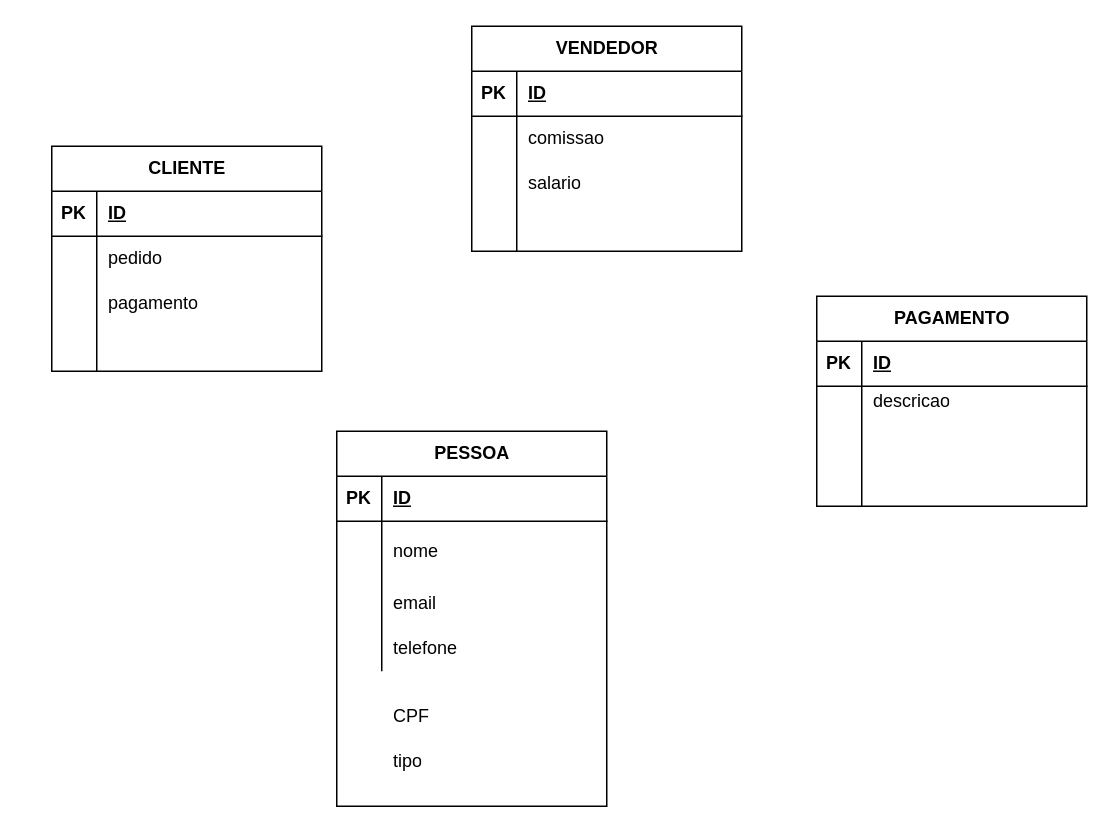
Earlier version of the draw.io diagram api-cadastro/docs/cadastro.drawio (nathaliaCandioto/AulasSpringBoot). Source tidied: cells renumbered, new cells numbered last; positions are measured from the earlier drawing's top-left corner, leaving out a move shared by most shapes. Both pictures are drawn from the tidied source at 150%, with x=0, y=0 at pixel (51, 26).
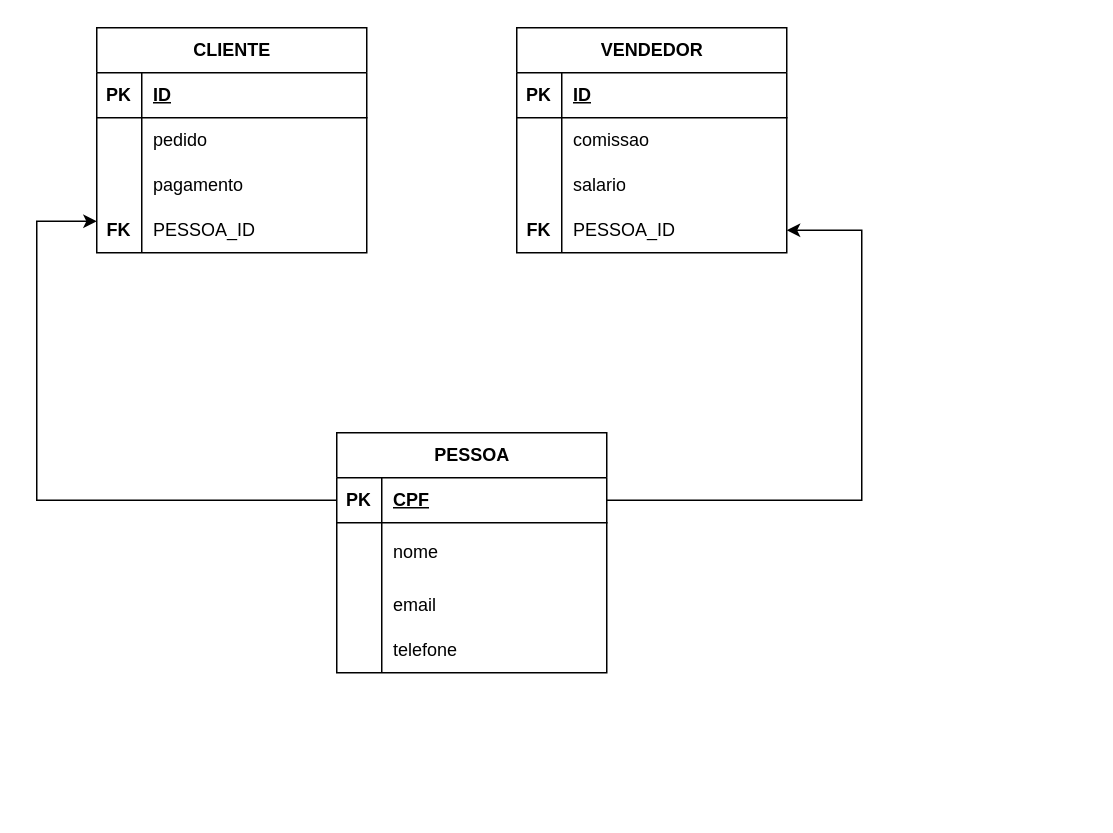
The same page after the edit.

Commit message:
atualização diagrama

Unchanged cells that the change refers to:
```xml
<mxCell id="12" style="shape=tableRow;horizontal=0;startSize=0;swimlaneHead=0;swimlaneBody=0;fillColor=none;points=[[0,0.5],[1,0.5]];portConstraint=eastwest;top=0;left=0;right=0;bottom=0;" parent="2" vertex="1">
  <mxGeometry y="120" width="180" height="30" as="geometry" />
</mxCell>
<mxCell id="25" style="shape=tableRow;horizontal=0;startSize=0;swimlaneHead=0;swimlaneBody=0;fillColor=none;points=[[0,0.5],[1,0.5]];portConstraint=eastwest;top=0;left=0;right=0;bottom=0;" parent="15" vertex="1">
  <mxGeometry y="120" width="180" height="30" as="geometry" />
</mxCell>
<mxCell id="29" style="shape=tableRow;horizontal=0;startSize=0;swimlaneHead=0;swimlaneBody=0;fillColor=none;points=[[0,0.5],[1,0.5]];portConstraint=eastwest;top=0;left=0;right=0;bottom=1;" parent="28" vertex="1">
  <mxGeometry y="30" width="180" height="30" as="geometry" />
</mxCell>
```

Change to the diagram source:
```diff
@@
     <mxCell id="2" value="CLIENTE" style="shape=table;startSize=30;childLayout=tableLayout;rowLines=0;fontStyle=1;align=center;html=1;" parent="1" vertex="1">
-      <mxGeometry y="80" width="180" height="150" as="geometry" />
+      <mxGeometry x="30" y="1" width="180" height="150" as="geometry" />
     </mxCell>
@@
-    <mxCell id="13" style="shape=partialRectangle;fillColor=none;top=0;left=0;bottom=0;right=0;overflow=hidden;whiteSpace=wrap;html=1;" parent="12" vertex="1">
+    <mxCell id="13" value="&lt;b&gt;FK&lt;/b&gt;" style="shape=partialRectangle;fillColor=none;top=0;left=0;bottom=0;right=0;overflow=hidden;whiteSpace=wrap;html=1;" parent="12" vertex="1">
       <mxGeometry width="30" height="30" as="geometry" />
     </mxCell>
-    <mxCell id="14" style="shape=partialRectangle;fillColor=none;top=0;left=0;bottom=0;right=0;align=left;spacingLeft=6;overflow=hidden;whiteSpace=wrap;html=1;" parent="12" vertex="1">
+    <mxCell id="14" value="PESSOA_ID" style="shape=partialRectangle;fillColor=none;top=0;left=0;bottom=0;right=0;align=left;spacingLeft=6;overflow=hidden;whiteSpace=wrap;html=1;" parent="12" vertex="1">
       <mxGeometry x="30" width="150" height="30" as="geometry" />
     </mxCell>
     <mxCell id="15" value="VENDEDOR" style="shape=table;startSize=30;childLayout=tableLayout;rowLines=0;fontStyle=1;align=center;html=1;" parent="1" vertex="1">
-      <mxGeometry x="280" width="180" height="150" as="geometry" />
+      <mxGeometry x="310" y="1" width="180" height="150" as="geometry" />
     </mxCell>
@@
+    <mxCell id="56" style="edgeStyle=orthogonalEdgeStyle;rounded=0;orthogonalLoop=1;jettySize=auto;html=1;exitX=1;exitY=0.5;exitDx=0;exitDy=0;" parent="15" edge="1" source="25" target="25">
+      <mxGeometry relative="1" as="geometry" />
+    </mxCell>
@@
-    <mxCell id="26" style="shape=partialRectangle;fillColor=none;top=0;left=0;bottom=0;right=0;overflow=hidden;whiteSpace=wrap;html=1;" parent="25" vertex="1">
+    <mxCell id="26" value="FK" style="shape=partialRectangle;fillColor=none;top=0;left=0;bottom=0;right=0;overflow=hidden;whiteSpace=wrap;html=1;fontStyle=1;" parent="25" vertex="1">
       <mxGeometry width="30" height="30" as="geometry" />
     </mxCell>
-    <mxCell id="27" style="shape=partialRectangle;fillColor=none;top=0;left=0;bottom=0;right=0;align=left;spacingLeft=6;overflow=hidden;whiteSpace=wrap;html=1;" parent="25" vertex="1">
+    <mxCell id="27" value="PESSOA_ID" style="shape=partialRectangle;fillColor=none;top=0;left=0;bottom=0;right=0;align=left;spacingLeft=6;overflow=hidden;whiteSpace=wrap;html=1;" parent="25" vertex="1">
       <mxGeometry x="30" width="150" height="30" as="geometry" />
     </mxCell>
+    <mxCell id="57" style="edgeStyle=orthogonalEdgeStyle;rounded=0;jettySize=auto;html=1;entryX=1;entryY=0.5;entryDx=0;entryDy=0;" parent="1" edge="1" source="29" target="25">
+      <mxGeometry relative="1" as="geometry">
+        <Array as="points">
+          <mxPoint x="540" y="316" />
+          <mxPoint x="540" y="136" />
+        </Array>
+      </mxGeometry>
+    </mxCell>
     <mxCell id="28" value="PESSOA" style="shape=table;startSize=30;childLayout=tableLayout;rowLines=0;fontStyle=1;align=center;html=1;" parent="1" vertex="1">
-      <mxGeometry x="190" y="270" width="180" height="250" as="geometry" />
+      <mxGeometry x="190" y="271" width="180" height="160" as="geometry" />
     </mxCell>
@@
-    <mxCell id="31" value="ID" style="shape=partialRectangle;fillColor=none;top=0;left=0;bottom=0;right=0;align=left;spacingLeft=6;fontStyle=5;overflow=hidden;whiteSpace=wrap;html=1;" parent="29" vertex="1">
+    <mxCell id="31" value="CPF" style="shape=partialRectangle;fillColor=none;top=0;left=0;bottom=0;right=0;align=left;spacingLeft=6;fontStyle=5;overflow=hidden;whiteSpace=wrap;html=1;" parent="29" vertex="1">
       <mxGeometry x="30" width="150" height="30" as="geometry" />
     </mxCell>
@@
-    <mxCell id="41" value="CPF" style="shape=partialRectangle;fillColor=none;top=0;left=0;bottom=0;right=0;align=left;spacingLeft=6;overflow=hidden;whiteSpace=wrap;html=1;" parent="1" vertex="1">
-      <mxGeometry x="220" y="450" width="150" height="20" as="geometry" />
-    </mxCell>
-    <mxCell id="42" value="PAGAMENTO" style="shape=table;startSize=30;childLayout=tableLayout;rowLines=0;fontStyle=1;align=center;html=1;" parent="1" vertex="1">
-      <mxGeometry x="510" y="180" width="180" height="140" as="geometry" />
-    </mxCell>
-    <mxCell id="43" style="shape=tableRow;horizontal=0;startSize=0;swimlaneHead=0;swimlaneBody=0;fillColor=none;top=0;left=0;right=0;bottom=1;" parent="42" vertex="1">
-      <mxGeometry y="30" width="180" height="30" as="geometry" />
-    </mxCell>
-    <mxCell id="44" value="PK" style="shape=partialRectangle;fillColor=none;top=0;left=0;bottom=0;right=0;fontStyle=1;overflow=hidden;whiteSpace=wrap;html=1;" parent="43" vertex="1">
-      <mxGeometry width="30" height="30" as="geometry" />
-    </mxCell>
-    <mxCell id="45" value="ID" style="shape=partialRectangle;fillColor=none;top=0;left=0;bottom=0;right=0;align=left;spacingLeft=6;fontStyle=5;overflow=hidden;whiteSpace=wrap;html=1;" parent="43" vertex="1">
-      <mxGeometry x="30" width="150" height="30" as="geometry" />
-    </mxCell>
-    <mxCell id="46" style="shape=tableRow;horizontal=0;startSize=0;swimlaneHead=0;swimlaneBody=0;fillColor=none;top=0;left=0;right=0;bottom=0;" parent="42" vertex="1">
-      <mxGeometry y="60" width="180" height="20" as="geometry" />
-    </mxCell>
-    <mxCell id="47" style="shape=partialRectangle;fillColor=none;top=0;left=0;bottom=0;right=0;overflow=hidden;whiteSpace=wrap;html=1;" parent="46" vertex="1">
-      <mxGeometry width="30" height="20" as="geometry" />
-    </mxCell>
-    <mxCell id="48" value="descricao" style="shape=partialRectangle;fillColor=none;top=0;left=0;bottom=0;right=0;align=left;spacingLeft=6;overflow=hidden;whiteSpace=wrap;html=1;" parent="46" vertex="1">
-      <mxGeometry x="30" width="150" height="20" as="geometry" />
-    </mxCell>
-    <mxCell id="49" style="shape=tableRow;horizontal=0;startSize=0;swimlaneHead=0;swimlaneBody=0;fillColor=none;top=0;left=0;right=0;bottom=0;" parent="42" vertex="1">
-      <mxGeometry y="80" width="180" height="30" as="geometry" />
-    </mxCell>
-    <mxCell id="50" style="shape=partialRectangle;fillColor=none;top=0;left=0;bottom=0;right=0;overflow=hidden;whiteSpace=wrap;html=1;" parent="49" vertex="1">
-      <mxGeometry width="30" height="30" as="geometry" />
-    </mxCell>
-    <mxCell id="51" style="shape=partialRectangle;fillColor=none;top=0;left=0;bottom=0;right=0;align=left;spacingLeft=6;overflow=hidden;whiteSpace=wrap;html=1;" parent="49" vertex="1">
-      <mxGeometry x="30" width="150" height="30" as="geometry" />
-    </mxCell>
-    <mxCell id="52" style="shape=tableRow;horizontal=0;startSize=0;swimlaneHead=0;swimlaneBody=0;fillColor=none;top=0;left=0;right=0;bottom=0;" parent="42" vertex="1">
-      <mxGeometry y="110" width="180" height="30" as="geometry" />
-    </mxCell>
-    <mxCell id="53" style="shape=partialRectangle;fillColor=none;top=0;left=0;bottom=0;right=0;overflow=hidden;whiteSpace=wrap;html=1;" parent="52" vertex="1">
-      <mxGeometry width="30" height="30" as="geometry" />
-    </mxCell>
-    <mxCell id="54" style="shape=partialRectangle;fillColor=none;top=0;left=0;bottom=0;right=0;align=left;spacingLeft=6;overflow=hidden;whiteSpace=wrap;html=1;" parent="52" vertex="1">
-      <mxGeometry x="30" width="150" height="30" as="geometry" />
-    </mxCell>
-    <mxCell id="55" value="tipo" style="shape=partialRectangle;fillColor=none;top=0;left=0;bottom=0;right=0;align=left;spacingLeft=6;overflow=hidden;whiteSpace=wrap;html=1;" parent="1" vertex="1">
-      <mxGeometry x="220" y="480" width="150" height="20" as="geometry" />
-    </mxCell>
+    <mxCell id="58" style="edgeStyle=orthogonalEdgeStyle;rounded=0;jettySize=auto;html=1;" parent="1" edge="1" source="29" target="12">
+      <mxGeometry relative="1" as="geometry">
+        <Array as="points">
+          <mxPoint x="-10" y="316" />
+          <mxPoint x="-10" y="130" />
+        </Array>
+      </mxGeometry>
+    </mxCell>
```
